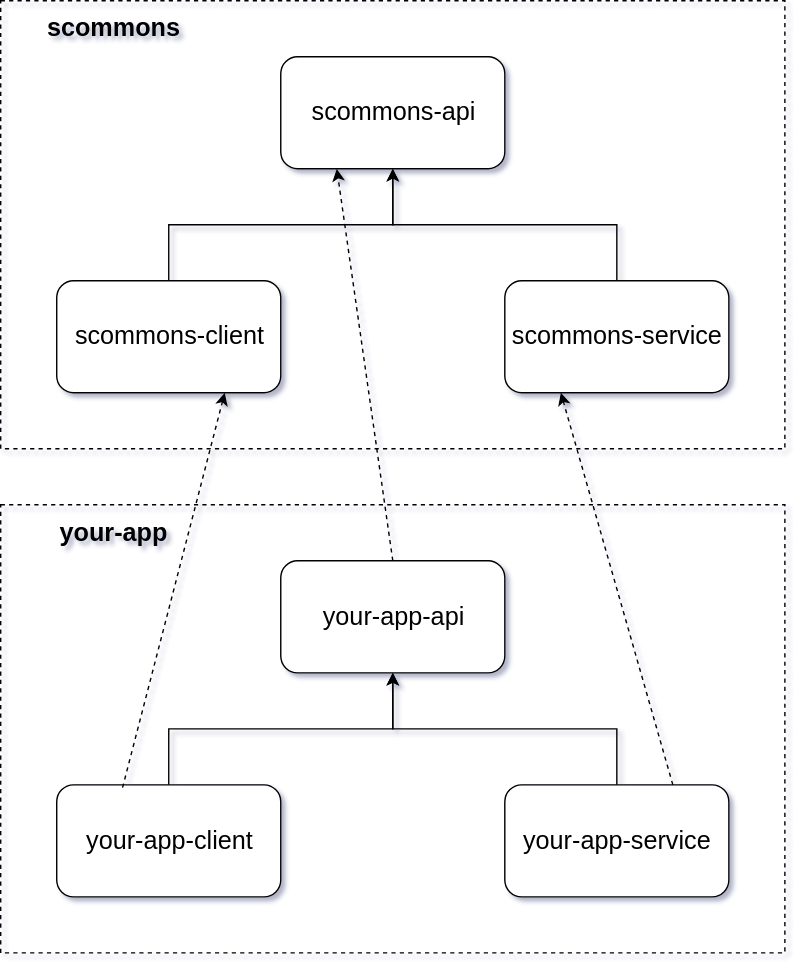
The draw.io diagram drawio/overview.svg in scommons/scommons.github.io, before a commit. Source tidied: cells renumbered, new cells last; positions are measured from the earlier drawing's top-left corner, leaving out a move shared by most shapes.
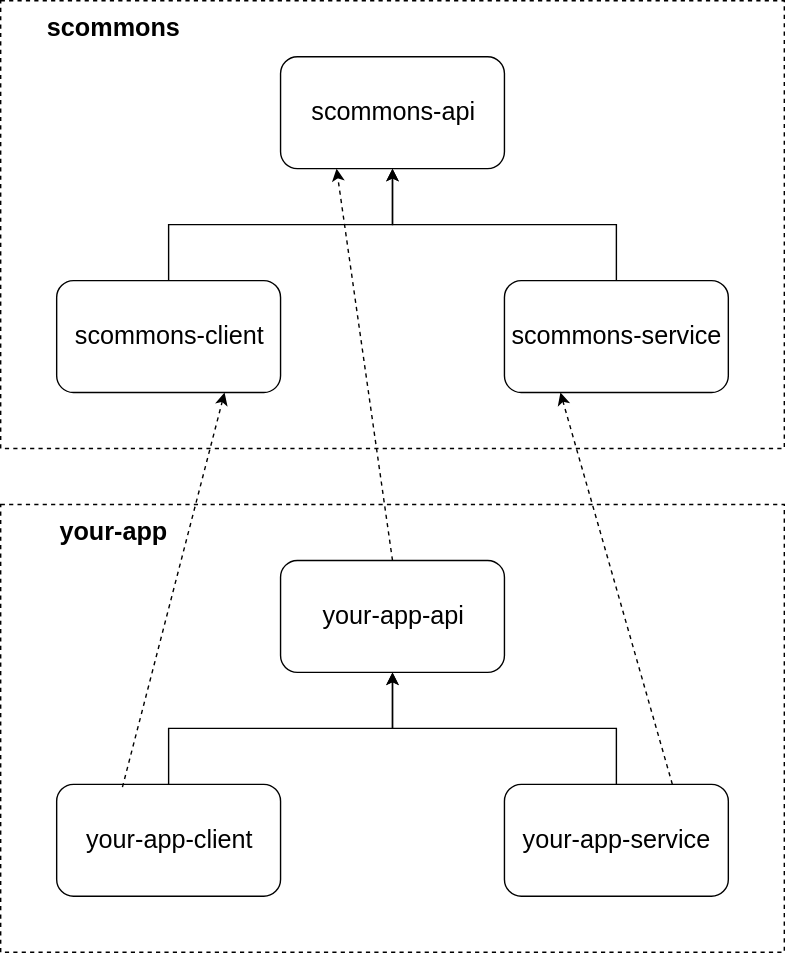
Above is the later version.

The edit, as a diff of the source:
```diff
@@ -5,16 +5,16 @@
     <mxCell id="2" style="rounded=0;whiteSpace=wrap;html=1;fillColor=none;fontSize=18;dashed=1;" parent="1" vertex="1">
       <mxGeometry width="560" height="320" as="geometry" />
     </mxCell>
-    <mxCell id="3" value="scommons-api" style="rounded=1;whiteSpace=wrap;html=1;fillColor=#FFFFFF;fontSize=18;" parent="1" vertex="1">
+    <mxCell id="3" value="&lt;a href=&quot;https://github.com/scommons/scommons-api&quot;&gt;scommons-api&lt;/a&gt;" style="rounded=1;whiteSpace=wrap;html=1;fillColor=#FFFFFF;fontSize=18;" parent="1" vertex="1">
       <mxGeometry x="200" y="40" width="160" height="80" as="geometry" />
     </mxCell>
     <mxCell id="4" style="edgeStyle=elbowEdgeStyle;rounded=0;html=1;exitX=0.5;exitY=0;entryX=0.5;entryY=1;startArrow=none;startFill=0;endArrow=classic;endFill=1;jettySize=auto;fontSize=18;" parent="1" edge="1" source="5" target="3">
       <mxGeometry relative="1" as="geometry" />
     </mxCell>
-    <mxCell id="5" value="scommons-client" style="rounded=1;whiteSpace=wrap;html=1;fillColor=#FFFFFF;fontSize=18;" parent="1" vertex="1">
+    <mxCell id="5" value="&lt;a href=&quot;https://github.com/scommons/scommons-client&quot;&gt;scommons-client&lt;/a&gt;" style="rounded=1;whiteSpace=wrap;html=1;fillColor=#FFFFFF;fontSize=18;" parent="1" vertex="1">
       <mxGeometry x="40" y="200" width="160" height="80" as="geometry" />
     </mxCell>
-    <mxCell id="6" value="scommons-service" style="rounded=1;whiteSpace=wrap;html=1;fillColor=#FFFFFF;fontSize=18;" parent="1" vertex="1">
+    <mxCell id="6" value="&lt;a href=&quot;https://github.com/scommons/scommons-service&quot;&gt;scommons-service&lt;/a&gt;" style="rounded=1;whiteSpace=wrap;html=1;fillColor=#FFFFFF;fontSize=18;" parent="1" vertex="1">
       <mxGeometry x="360" y="200" width="160" height="80" as="geometry" />
     </mxCell>
     <mxCell id="7" style="edgeStyle=elbowEdgeStyle;rounded=0;html=1;exitX=0.5;exitY=0;entryX=0.5;entryY=1;startArrow=none;startFill=0;endArrow=classic;endFill=1;jettySize=auto;fontSize=18;" parent="1" edge="1" source="6" target="3">
```
